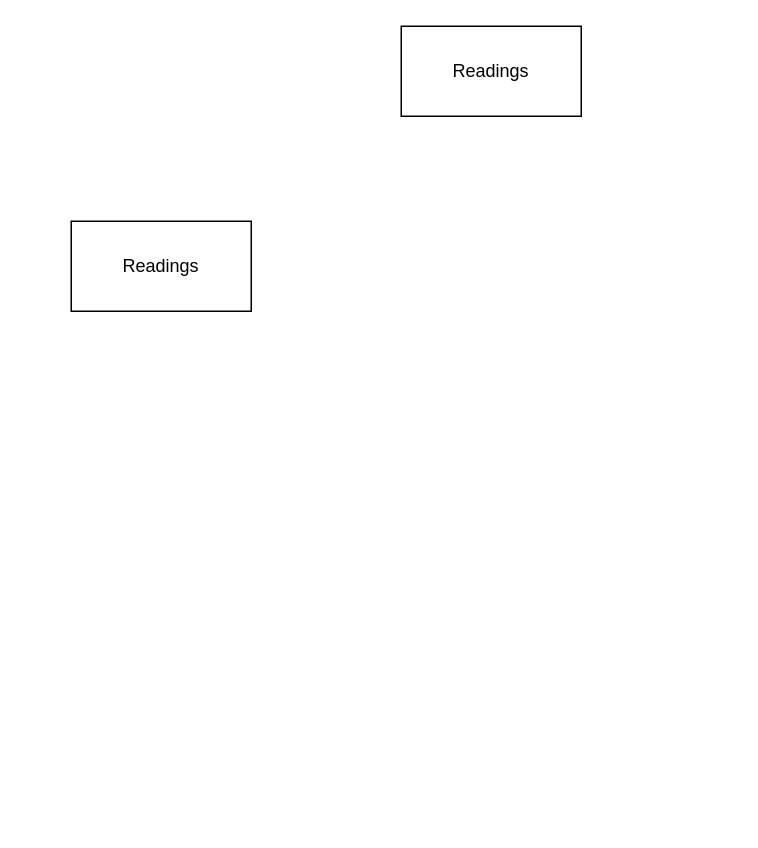
This is page "Page-4" (4 of 4) of docs/IoTProject.drawio from kronleuchter85/ceiot_proyecto_especializacion, a draw.io file, before an edit. Source tidied: cells renumbered, new cells numbered last; positions are measured from the earlier drawing's top-left corner, leaving out a move shared by most shapes. Both pictures are drawn from the tidied source at 150%, with x=0, y=0 at pixel (70, 26).
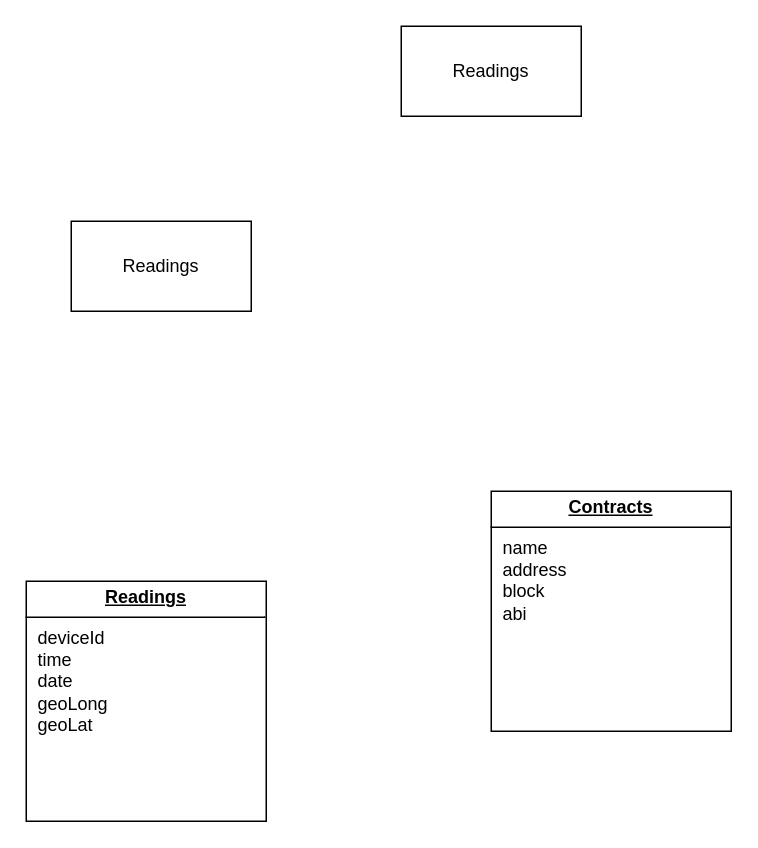
The same page after the edit.

The edit, as a diff of the source:
```diff
@@
 <mxGraphModel>
   <root>
     <mxCell id="0" />
     <mxCell id="1" parent="0" />
     <mxCell id="2" value="Readings" style="rounded=0;whiteSpace=wrap;html=1;" parent="1" vertex="1">
       <mxGeometry y="130" width="120" height="60" as="geometry" />
     </mxCell>
     <mxCell id="3" value="Readings" style="rounded=0;whiteSpace=wrap;html=1;" parent="1" vertex="1">
       <mxGeometry x="220" width="120" height="60" as="geometry" />
     </mxCell>
+    <mxCell id="4" value="&lt;p style=&quot;margin:0px;margin-top:4px;text-align:center;text-decoration:underline;&quot;&gt;&lt;b&gt;Readings&lt;/b&gt;&lt;/p&gt;&lt;hr size=&quot;1&quot; style=&quot;border-style:solid;&quot;&gt;&lt;p style=&quot;margin:0px;margin-left:8px;&quot;&gt;deviceId&lt;/p&gt;&lt;p style=&quot;margin:0px;margin-left:8px;&quot;&gt;time&lt;/p&gt;&lt;p style=&quot;margin:0px;margin-left:8px;&quot;&gt;date&lt;/p&gt;&lt;p style=&quot;margin:0px;margin-left:8px;&quot;&gt;geoLong&lt;/p&gt;&lt;p style=&quot;margin:0px;margin-left:8px;&quot;&gt;geoLat&lt;/p&gt;" style="verticalAlign=top;align=left;overflow=fill;html=1;whiteSpace=wrap;" parent="1" vertex="1">
+      <mxGeometry x="-30" y="370" width="160" height="160" as="geometry" />
+    </mxCell>
+    <mxCell id="5" value="&lt;p style=&quot;margin:0px;margin-top:4px;text-align:center;text-decoration:underline;&quot;&gt;&lt;b&gt;Contracts&lt;/b&gt;&lt;/p&gt;&lt;hr size=&quot;1&quot; style=&quot;border-style:solid;&quot;&gt;&lt;p style=&quot;margin:0px;margin-left:8px;&quot;&gt;name&lt;/p&gt;&lt;p style=&quot;margin:0px;margin-left:8px;&quot;&gt;address&lt;/p&gt;&lt;p style=&quot;margin:0px;margin-left:8px;&quot;&gt;block&lt;/p&gt;&lt;p style=&quot;margin:0px;margin-left:8px;&quot;&gt;abi&lt;/p&gt;" style="verticalAlign=top;align=left;overflow=fill;html=1;whiteSpace=wrap;" parent="1" vertex="1">
+      <mxGeometry x="280" y="310" width="160" height="160" as="geometry" />
+    </mxCell>
   </root>
 </mxGraphModel>
```
